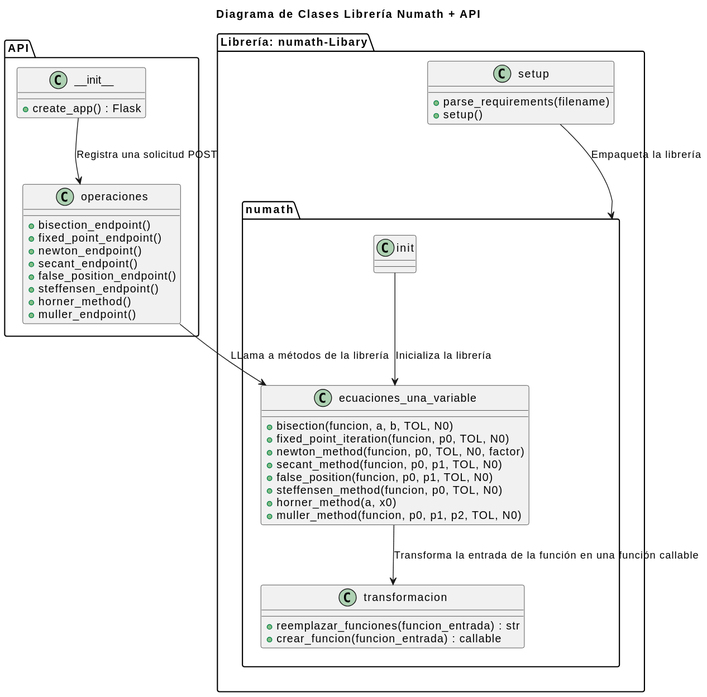
Above: imágenes/modelosUML/diagramaClases.svg in rodri5villa/numath-API (PlantUML), before the change. Source of this version:
```plantuml
@startuml
title Diagrama de Clases Librería Numath + API


package "API" {
  class __init__ {
    +create_app() : Flask
  }

  class operaciones {
    +bisection_endpoint()
    +fixed_point_endpoint()
    +newton_endpoint()
    +secant_endpoint()
    +false_position_endpoint()
    +steffensen_endpoint()
    +horner_method()
    +muller_endpoint()
  }
}

package "Librería: numath-Libary"{
  package "numath" {

  class init {
  }

  class ecuaciones_una_variable{
    + bisection(funcion, a, b, TOL, N0)
    + fixed_point_iteration(funcion, p0, TOL, N0)
    + newton_method(funcion, p0, TOL, N0, factor)
    + secant_method(funcion, p0, p1, TOL, N0)
    + false_position(funcion, p0, p1, TOL, N0)
    + steffensen_method(funcion, p0, TOL, N0)
    + horner_method(a, x0)
    + muller_method(funcion, p0, p1, p2, TOL, N0)
  }

  class transformacion {
    + reemplazar_funciones(funcion_entrada) : str
    + crear_funcion(funcion_entrada) : callable
  }

}
  class setup {
    + parse_requirements(filename)
    + setup()
  }

}

init --> ecuaciones_una_variable : "Inicializa la librería"
ecuaciones_una_variable--> transformacion : "Transforma la entrada de la función en una función callable"

setup --> "numath" : "Empaqueta la librería"

__init__ --> operaciones: "Registra una solicitud POST"

operaciones --> ecuaciones_una_variable : "LLama a métodos de la librería"
@enduml
```
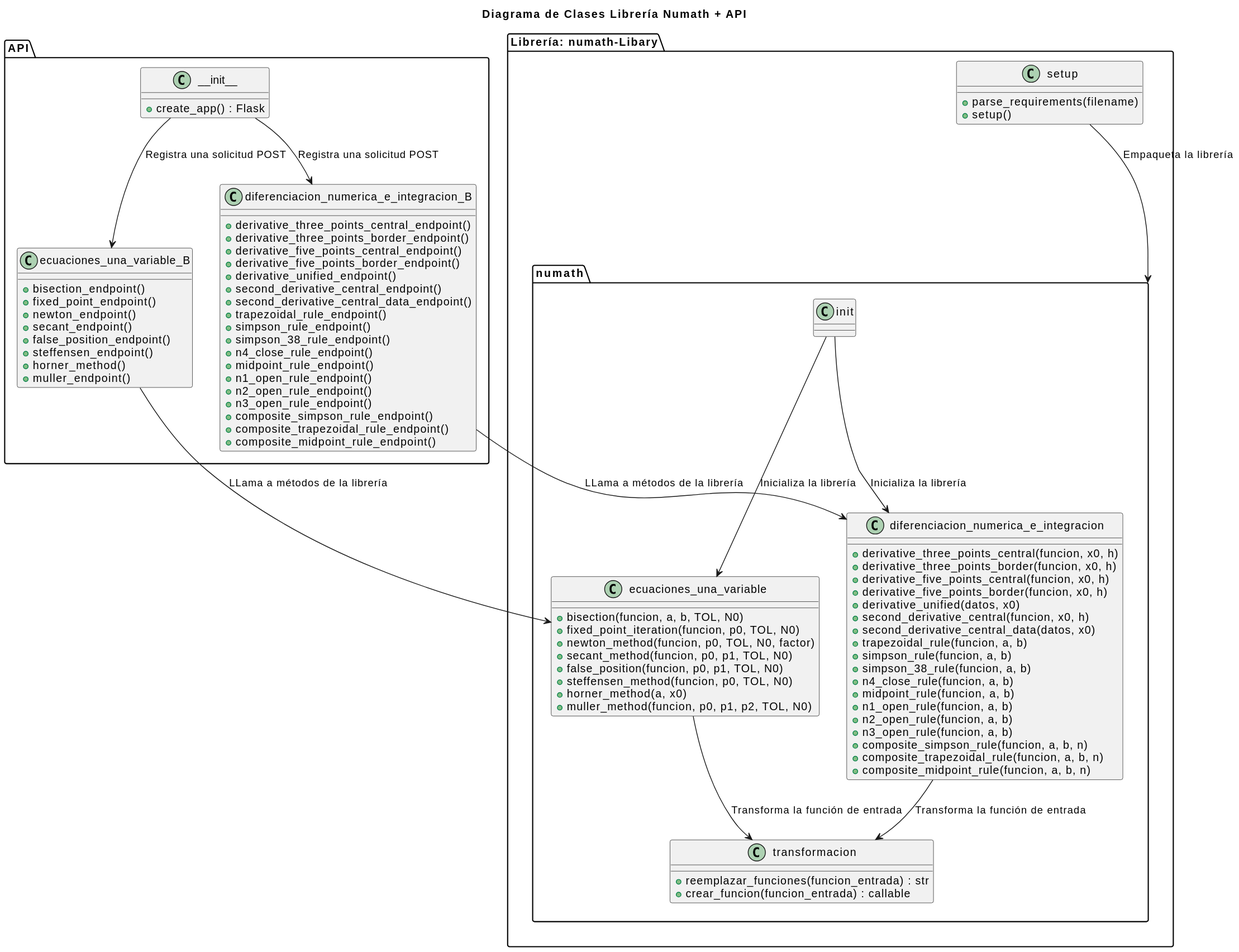
The same diagram one commit later.

Diff of the diagram source:
```diff
@@ -7,7 +7,7 @@
     +create_app() : Flask
   }
 
-  class operaciones {
+  class ecuaciones_una_variable_B {
     +bisection_endpoint()
     +fixed_point_endpoint()
     +newton_endpoint()
@@ -17,6 +17,28 @@
     +horner_method()
     +muller_endpoint()
   }
+
+  class diferenciacion_numerica_e_integracion_B{
+    + derivative_three_points_central_endpoint()
+    + derivative_three_points_border_endpoint()
+    + derivative_five_points_central_endpoint()
+    + derivative_five_points_border_endpoint()
+    + derivative_unified_endpoint()
+    + second_derivative_central_endpoint()
+    + second_derivative_central_data_endpoint()
+    + trapezoidal_rule_endpoint()
+    + simpson_rule_endpoint()
+    + simpson_38_rule_endpoint()
+    + n4_close_rule_endpoint()
+    + midpoint_rule_endpoint()
+    + n1_open_rule_endpoint()
+    + n2_open_rule_endpoint()
+    + n3_open_rule_endpoint()
+    + composite_simpson_rule_endpoint()
+    + composite_trapezoidal_rule_endpoint()
+    + composite_midpoint_rule_endpoint()
+  }
+
 }
 
 package "Librería: numath-Libary"{
@@ -36,6 +58,28 @@
     + muller_method(funcion, p0, p1, p2, TOL, N0)
   }
 
+  class diferenciacion_numerica_e_integracion{
+    + derivative_three_points_central(funcion, x0, h)
+    + derivative_three_points_border(funcion, x0, h)
+    + derivative_five_points_central(funcion, x0, h)
+    + derivative_five_points_border(funcion, x0, h)
+    + derivative_unified(datos, x0)
+    + second_derivative_central(funcion, x0, h)
+    + second_derivative_central_data(datos, x0)
+    + trapezoidal_rule(funcion, a, b)
+    + simpson_rule(funcion, a, b)
+    + simpson_38_rule(funcion, a, b)
+    + n4_close_rule(funcion, a, b)
+    + midpoint_rule(funcion, a, b)
+    + n1_open_rule(funcion, a, b)
+    + n2_open_rule(funcion, a, b)
+    + n3_open_rule(funcion, a, b)
+    + composite_simpson_rule(funcion, a, b, n)
+    + composite_trapezoidal_rule(funcion, a, b, n)
+    + composite_midpoint_rule(funcion, a, b, n)
+  }
+
+
   class transformacion {
     + reemplazar_funciones(funcion_entrada) : str
     + crear_funcion(funcion_entrada) : callable
@@ -50,11 +94,15 @@
 }
 
 init --> ecuaciones_una_variable : "Inicializa la librería"
-ecuaciones_una_variable--> transformacion : "Transforma la entrada de la función en una función callable"
+init --> diferenciacion_numerica_e_integracion : "Inicializa la librería"
+ecuaciones_una_variable--> transformacion : "Transforma la función de entrada"
+diferenciacion_numerica_e_integracion --> transformacion : "Transforma la función de entrada"
 
 setup --> "numath" : "Empaqueta la librería"
 
-__init__ --> operaciones: "Registra una solicitud POST"
+__init__ --> ecuaciones_una_variable_B : "Registra una solicitud POST"
+__init__ --> diferenciacion_numerica_e_integracion_B: "Registra una solicitud POST"
 
-operaciones --> ecuaciones_una_variable : "LLama a métodos de la librería"
+ecuaciones_una_variable_B --> ecuaciones_una_variable : "LLama a métodos de la librería"
+diferenciacion_numerica_e_integracion_B--> diferenciacion_numerica_e_integracion: "LLama a métodos de la librería"
 @enduml
```
